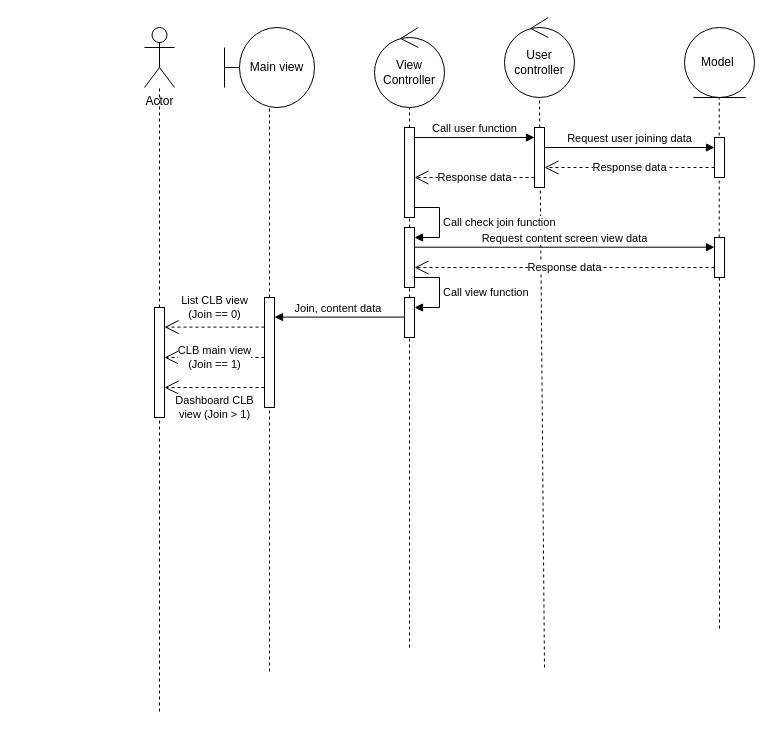
Before: page "Main view" (5 of 13) of diagram.drawio in ZanhhTrann/finall_project-, a draw.io diagram. Source tidied: cells renumbered, new cells numbered last; positions are measured from the earlier drawing's top-left corner, leaving out a move shared by most shapes. Both pictures are drawn from the tidied source at 100%, with x=0, y=0 at pixel (144, 17).
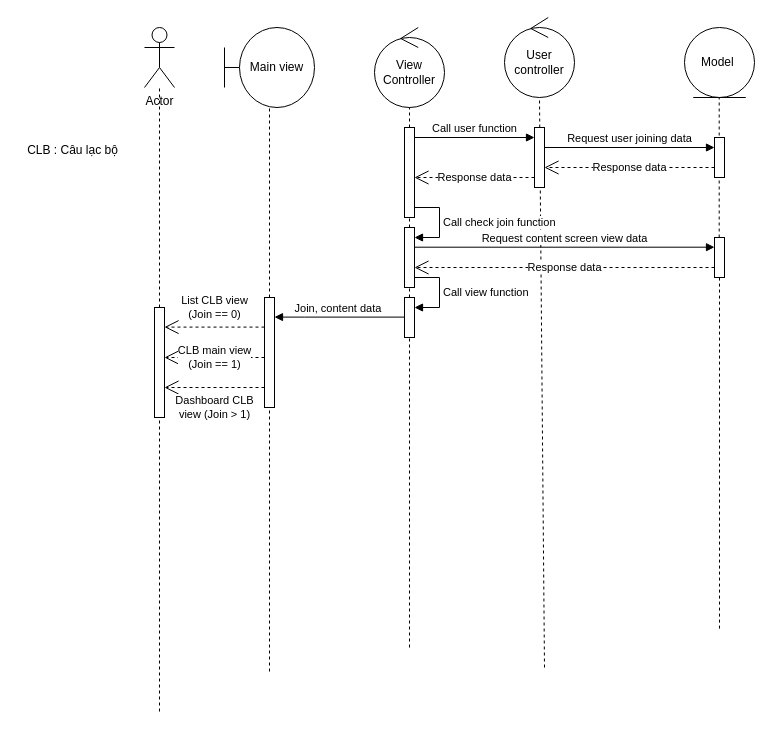
Above is the later version.

The edit, as a diff of the source:
```diff
@@
+    <mxCell id="38" value="CLB : Câu lạc bộ" style="text;html=1;align=center;verticalAlign=middle;strokeColor=none;fillColor=none;" parent="1" vertex="1">
+      <mxGeometry x="-127" y="120" width="109" height="26" as="geometry" />
+    </mxCell>
```
